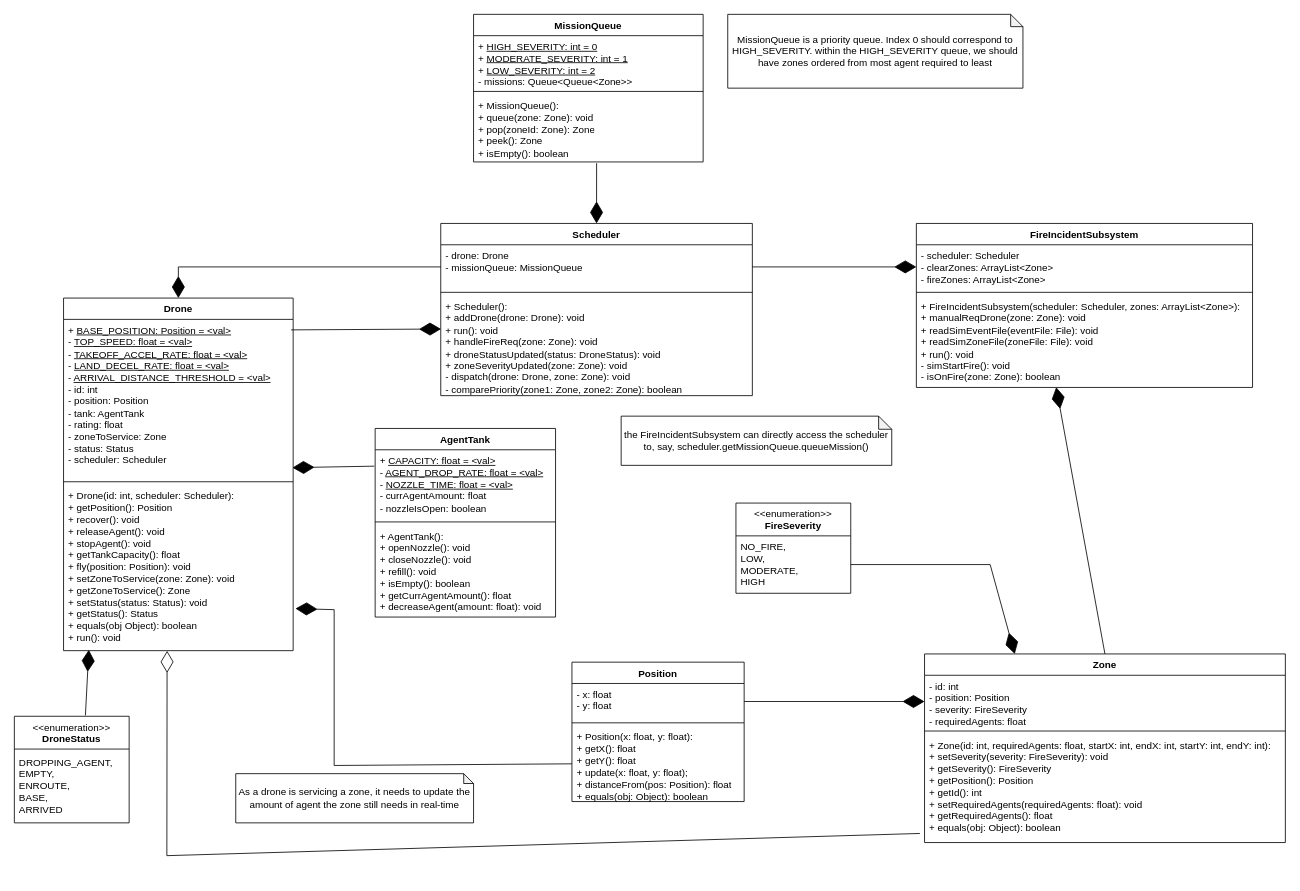
Above: docs/fire_drone_swarm_class.drawio in hubertdang/fire-drone-swarm (draw.io), before the change. Source tidied: cells renumbered, new cells numbered last; positions are measured from the earlier drawing's top-left corner, leaving out a move shared by most shapes. Both pictures are drawn from the tidied source at 82%, with x=0, y=0 at pixel (14, 14).
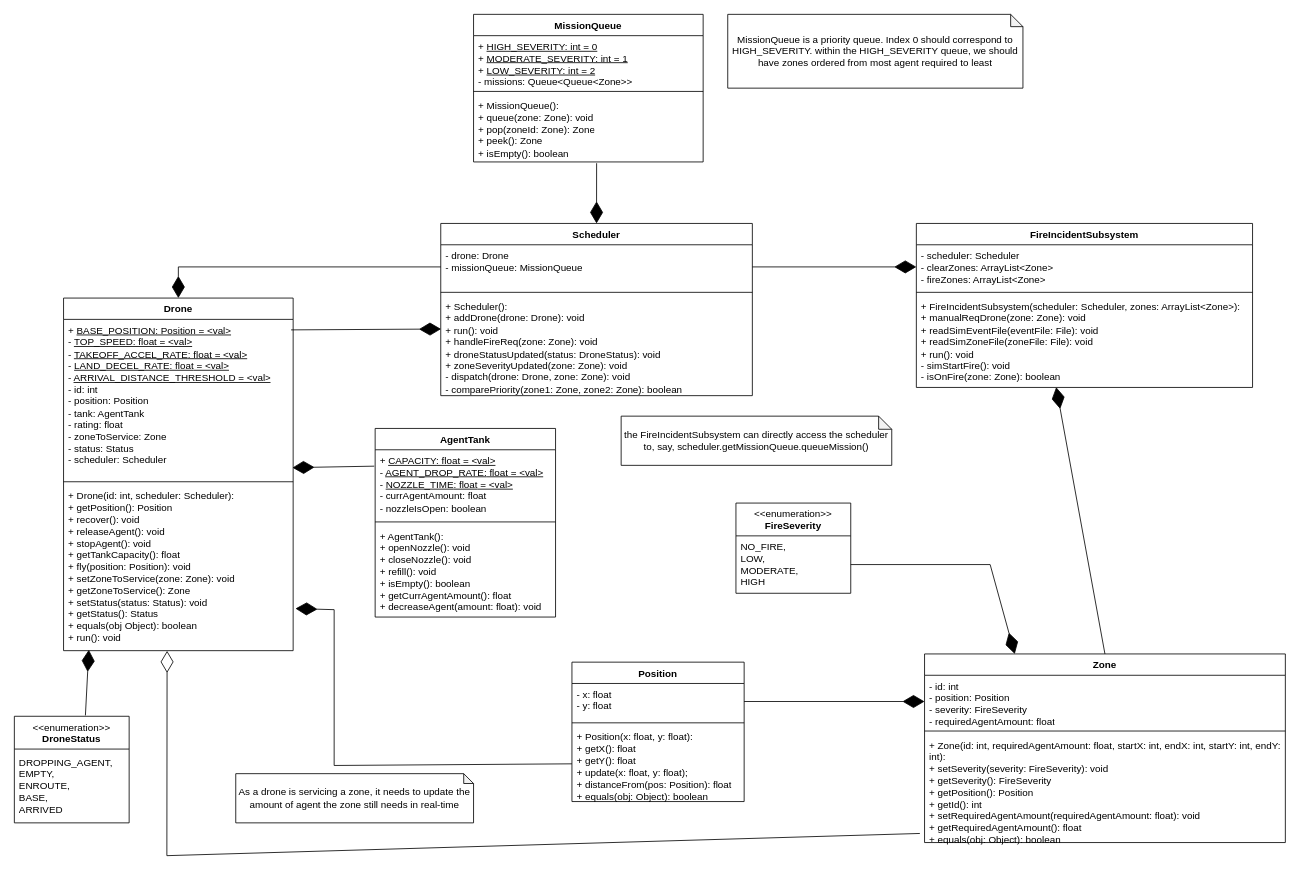
The same page after the edit.

Commit message (it also covers changes not shown here):
chore(UML): update variable + function names

Unchanged cells that the change refers to:
```xml
<mxCell id="22" value="Zone" style="swimlane;fontStyle=1;align=center;verticalAlign=top;horizontal=1;startSize=26;whiteSpace=wrap;html=1;" parent="1" vertex="1">
  <mxGeometry x="1110" y="780" width="440" height="230" as="geometry" />
</mxCell>
```

Diff of the diagram source:
```diff
@@
-    <mxCell id="23" value="&lt;div&gt;- id: int&lt;/div&gt;- position: Position&lt;div&gt;- severity: FireSeverity&amp;nbsp;&lt;/div&gt;&lt;div&gt;- requiredAgents: float&lt;/div&gt;&lt;div&gt;&lt;br&gt;&lt;/div&gt;" style="text;strokeColor=none;fillColor=none;align=left;verticalAlign=top;spacingLeft=4;spacingRight=4;overflow=hidden;points=[[0,0.5],[1,0.5]];portConstraint=eastwest;whiteSpace=wrap;html=1;" parent="22" vertex="1">
+    <mxCell id="23" value="&lt;div&gt;- id: int&lt;/div&gt;- position: Position&lt;div&gt;- severity: FireSeverity&amp;nbsp;&lt;/div&gt;&lt;div&gt;- requiredAgentAmount: float&lt;/div&gt;&lt;div&gt;&lt;br&gt;&lt;/div&gt;" style="text;strokeColor=none;fillColor=none;align=left;verticalAlign=top;spacingLeft=4;spacingRight=4;overflow=hidden;points=[[0,0.5],[1,0.5]];portConstraint=eastwest;whiteSpace=wrap;html=1;" parent="22" vertex="1">
       <mxGeometry y="26" width="440" height="64" as="geometry" />
     </mxCell>
@@
-    <mxCell id="25" value="+ Zone(id: int, requiredAgents: float, startX: int, endX: int, startY: int, endY: int):&lt;div&gt;&lt;div&gt;+ setSeverity(severity: FireSeverity): void&lt;/div&gt;&lt;div&gt;+ getSeverity(): FireSeverity&lt;/div&gt;&lt;div&gt;+ getPosition(): Position&lt;/div&gt;&lt;div&gt;+ getId(): int&lt;/div&gt;&lt;div&gt;+ setRequiredAgents(requiredAgents: float): void&lt;/div&gt;&lt;div&gt;+ getRequiredAgents(): float&lt;/div&gt;&lt;div&gt;+ equals(obj: Object): boolean&lt;/div&gt;&lt;div&gt;&lt;br&gt;&lt;/div&gt;&lt;div&gt;&lt;div&gt;&lt;br&gt;&lt;/div&gt;&lt;/div&gt;&lt;/div&gt;" style="text;strokeColor=none;fillColor=none;align=left;verticalAlign=top;spacingLeft=4;spacingRight=4;overflow=hidden;points=[[0,0.5],[1,0.5]];portConstraint=eastwest;whiteSpace=wrap;html=1;" parent="22" vertex="1">
+    <mxCell id="25" value="+ Zone(id: int, requiredAgentAmount: float, startX: int, endX: int, startY: int, endY: int):&lt;div&gt;&lt;div&gt;+ setSeverity(severity: FireSeverity): void&lt;/div&gt;&lt;div&gt;+ getSeverity(): FireSeverity&lt;/div&gt;&lt;div&gt;+ getPosition(): Position&lt;/div&gt;&lt;div&gt;+ getId(): int&lt;/div&gt;&lt;div&gt;+ setRequiredAgentAmount(requiredAgentAmount: float): void&lt;/div&gt;&lt;div&gt;+ getRequiredAgentAmount(): float&lt;/div&gt;&lt;div&gt;+ equals(obj: Object): boolean&lt;/div&gt;&lt;div&gt;&lt;br&gt;&lt;/div&gt;&lt;div&gt;&lt;div&gt;&lt;br&gt;&lt;/div&gt;&lt;/div&gt;&lt;/div&gt;" style="text;strokeColor=none;fillColor=none;align=left;verticalAlign=top;spacingLeft=4;spacingRight=4;overflow=hidden;points=[[0,0.5],[1,0.5]];portConstraint=eastwest;whiteSpace=wrap;html=1;" parent="22" vertex="1">
       <mxGeometry y="98" width="440" height="132" as="geometry" />
     </mxCell>
```
